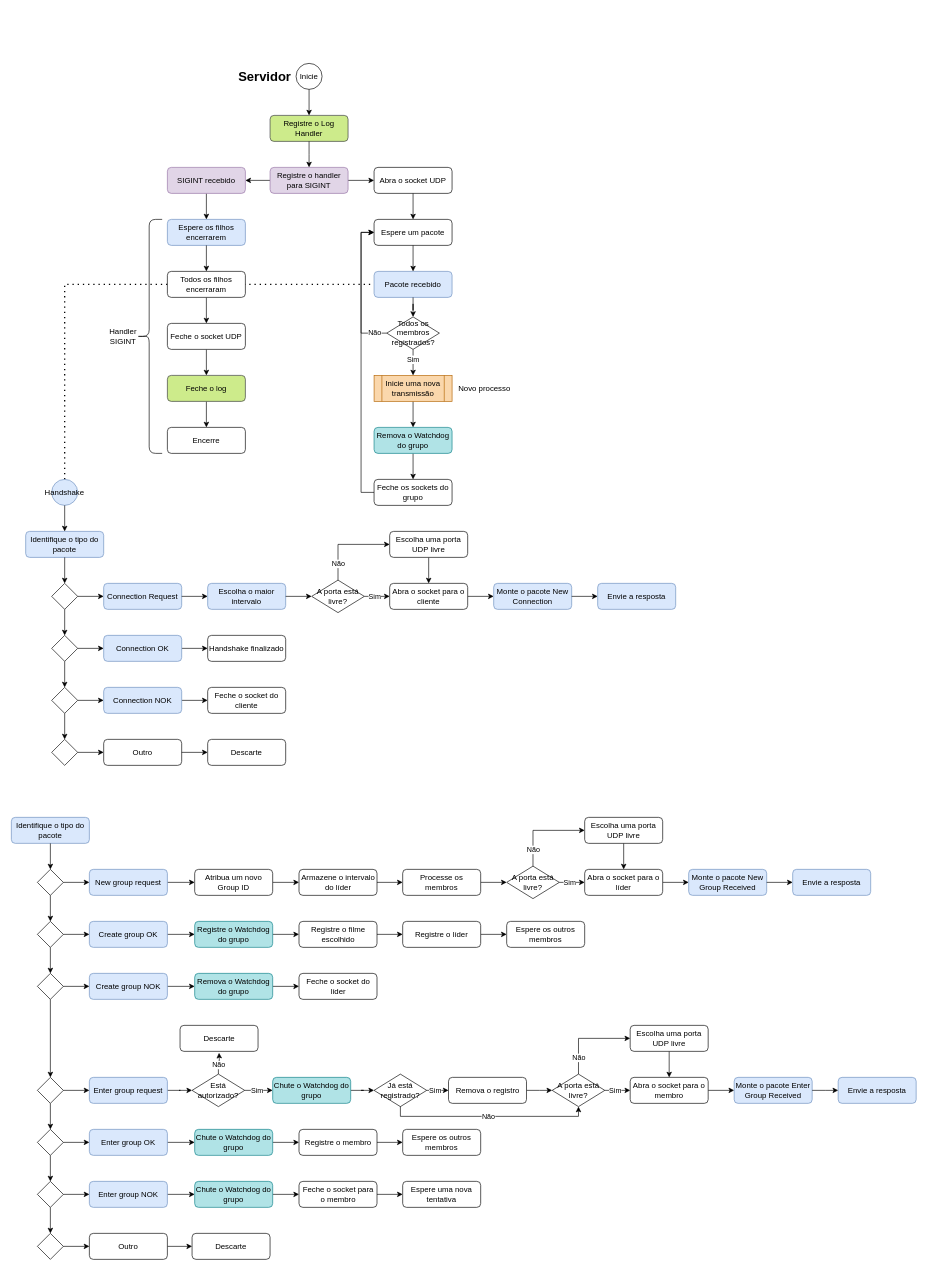
This is page "Servidor" (1 of 7) of client-server.drawio from nico-ig/UDP-Video-Streaming, a draw.io file, before an edit. Source tidied: cells renumbered, new cells numbered last; positions are measured from the earlier drawing's top-left corner, leaving out a move shared by most shapes. Both pictures are drawn from the tidied source at 65%, with x=0, y=0 at pixel (11, 63).
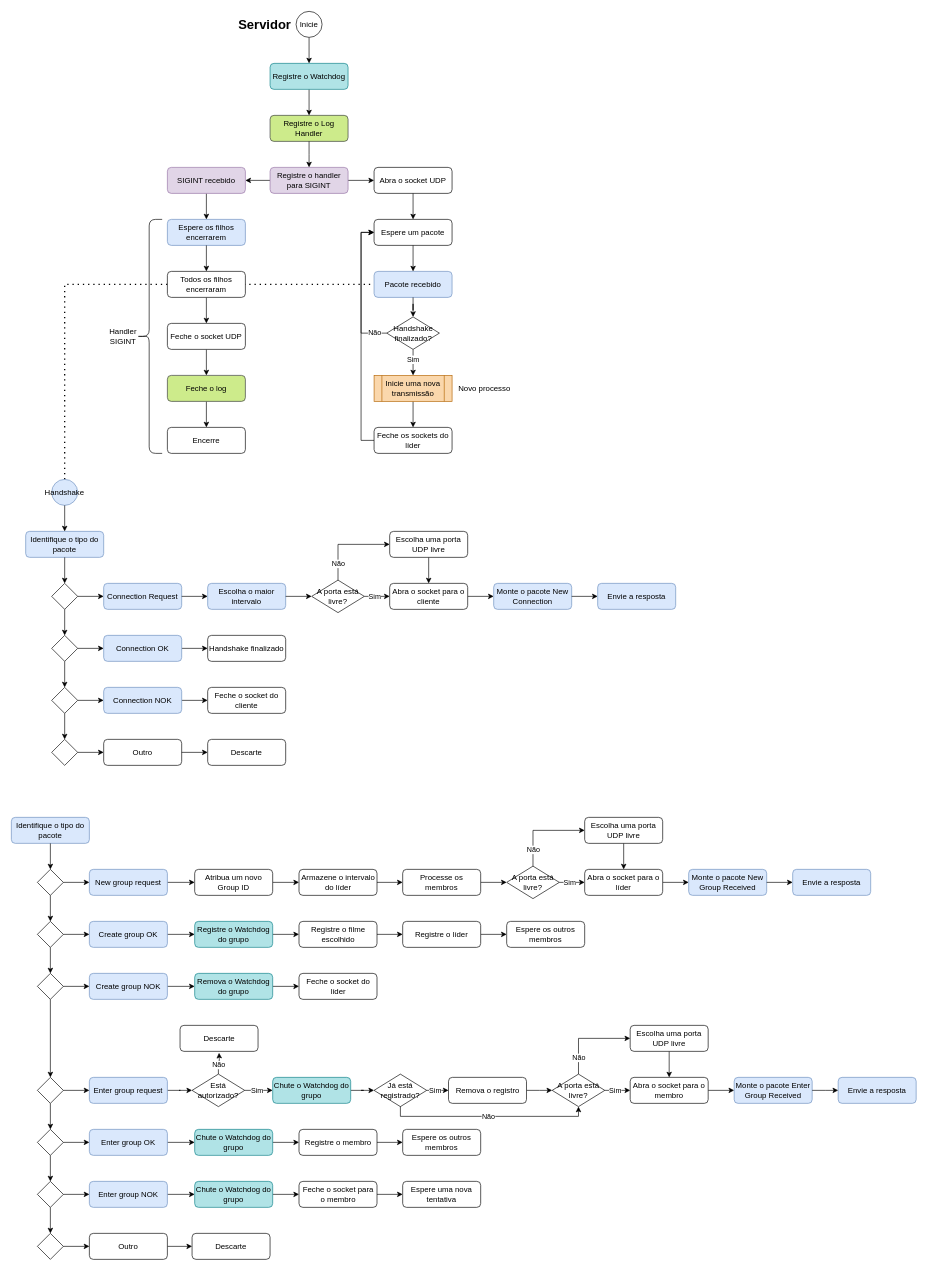
After the change.

Unchanged cells that the change refers to:
```xml
<mxCell id="5" value="Registre o Log Handler" style="rounded=1;whiteSpace=wrap;html=1;fillColor=#cdeb8b;strokeColor=#36393d;" parent="1" vertex="1">
  <mxGeometry x="398" y="80" width="120" height="40" as="geometry" />
</mxCell>
<mxCell id="17" value="Inicie uma nova transmissão" style="shape=process;whiteSpace=wrap;html=1;backgroundOutline=1;fillColor=#fad7ac;strokeColor=#b46504;" parent="1" vertex="1">
  <mxGeometry x="558" y="480" width="120" height="40" as="geometry" />
</mxCell>
```

Change to the diagram source:
```diff
@@
     <mxCell id="3" value="&lt;b&gt;&lt;font style=&quot;font-size: 20px;&quot;&gt;Servidor&lt;/font&gt;&lt;/b&gt;" style="text;html=1;strokeColor=none;fillColor=none;align=center;verticalAlign=middle;whiteSpace=wrap;rounded=0;" parent="1" vertex="1">
-      <mxGeometry x="360" y="5" width="60" height="30" as="geometry" />
+      <mxGeometry x="360" y="-75" width="60" height="30" as="geometry" />
     </mxCell>
+    <mxCell id="179" style="edgeStyle=orthogonalEdgeStyle;rounded=0;jettySize=auto;html=1;" parent="1" edge="1" source="4" target="182">
+      <mxGeometry relative="1" as="geometry" />
+    </mxCell>
     <mxCell id="4" value="Inicie" style="ellipse;whiteSpace=wrap;html=1;" parent="1" vertex="1">
-      <mxGeometry x="438" width="40" height="40" as="geometry" />
+      <mxGeometry x="438" y="-80" width="40" height="40" as="geometry" />
     </mxCell>
@@
-    <mxCell id="6" style="edgeStyle=orthogonalEdgeStyle;rounded=0;jettySize=auto;html=1;" parent="1" edge="1" source="4" target="5">
-      <mxGeometry relative="1" as="geometry" />
-    </mxCell>
@@
-    <mxCell id="16" style="edgeStyle=orthogonalEdgeStyle;rounded=0;jettySize=auto;html=1;exitX=0.5;exitY=1;exitDx=0;exitDy=0;" parent="1" edge="1" source="17" target="138">
-      <mxGeometry relative="1" as="geometry" />
-    </mxCell>
+    <mxCell id="180" style="edgeStyle=orthogonalEdgeStyle;rounded=0;jettySize=auto;html=1;" parent="1" edge="1" source="17" target="19">
+      <mxGeometry relative="1" as="geometry" />
+    </mxCell>
@@
-    <mxCell id="19" value="Feche os sockets do grupo" style="rounded=1;whiteSpace=wrap;html=1;" parent="1" vertex="1">
-      <mxGeometry x="558" y="640" width="120" height="40" as="geometry" />
+    <mxCell id="19" value="Feche os sockets do líder" style="rounded=1;whiteSpace=wrap;html=1;" parent="1" vertex="1">
+      <mxGeometry x="558" y="560" width="120" height="40" as="geometry" />
     </mxCell>
@@
-    <mxCell id="22" value="Todos os membros registrados?" style="rhombus;whiteSpace=wrap;html=1;" parent="1" vertex="1">
+    <mxCell id="22" value="Handshake finalizado?" style="rhombus;whiteSpace=wrap;html=1;" parent="1" vertex="1">
       <mxGeometry x="577.5" y="390" width="81" height="50" as="geometry" />
     </mxCell>
@@
-    <mxCell id="137" style="edgeStyle=orthogonalEdgeStyle;rounded=0;jettySize=auto;html=1;" parent="1" edge="1" source="138" target="19">
-      <mxGeometry relative="1" as="geometry" />
-    </mxCell>
-    <mxCell id="138" value="Remova o Watchdog do grupo" style="rounded=1;whiteSpace=wrap;html=1;fillColor=#b0e3e6;strokeColor=#0e8088;" parent="1" vertex="1">
-      <mxGeometry x="558" y="560" width="120" height="40" as="geometry" />
-    </mxCell>
@@
+    <mxCell id="181" style="edgeStyle=orthogonalEdgeStyle;rounded=0;jettySize=auto;html=1;exitX=0.5;exitY=1;exitDx=0;exitDy=0;entryX=0.5;entryY=0;entryDx=0;entryDy=0;" parent="1" edge="1" source="182" target="5">
+      <mxGeometry relative="1" as="geometry" />
+    </mxCell>
+    <mxCell id="182" value="Registre o Watchdog" style="rounded=1;whiteSpace=wrap;html=1;fillColor=#b0e3e6;strokeColor=#0e8088;" parent="1" vertex="1">
+      <mxGeometry x="398" width="120" height="40" as="geometry" />
+    </mxCell>
```
